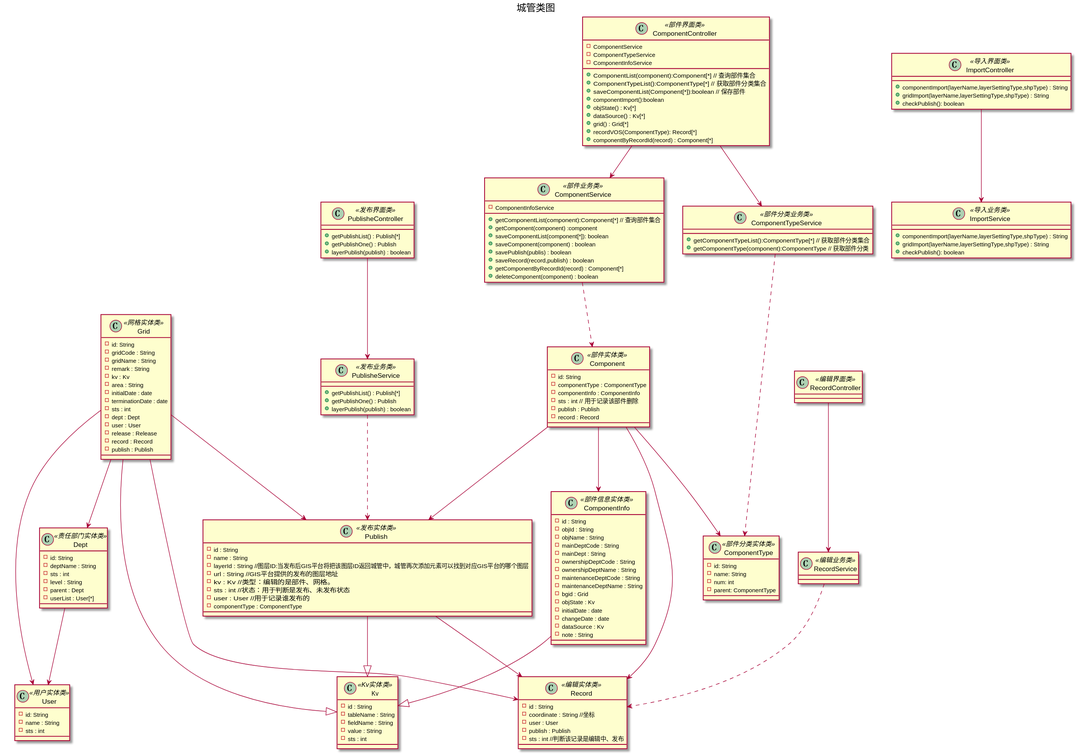
This is doc/ClassUml/城管类图/城管类图.svg from missaouib/urban-management-platform, a PlantUML export, as it was before one commit.
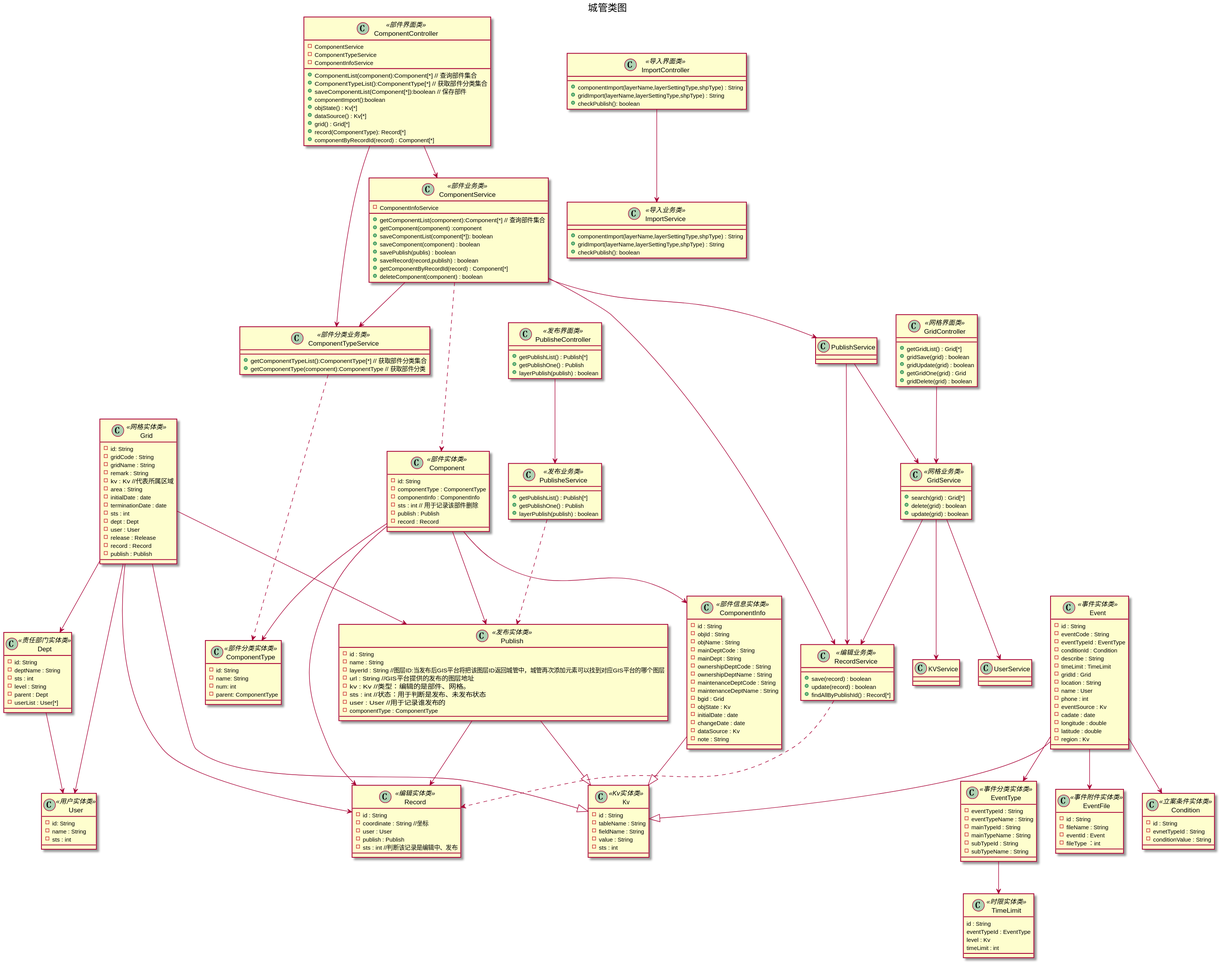
Above is the later version.

Commit message:
类图增加 事件相关实体类

Change to the diagram source:
```diff
@@ -20,7 +20,7 @@
     -gridCode : String
     -gridName : String
     -remark : String
-    -kv : Kv
+    -kv : Kv    //代表所属区域
     -area : String
     -initialDate : date
     -terminationDate : date
@@ -92,6 +92,54 @@
     -sts : int
 }
 
+class Event<<事件实体类>>{
+    -id : String
+    -eventCode : String
+    -eventTypeId : EventType
+    -conditionId : Condition
+    -describe : String
+    -timeLimit : TimeLimit
+    -gridId : Grid
+    -location : String
+    -name : User
+    -phone : int
+    -eventSource : Kv
+    -cadate : date
+    -longitude : double
+    -latitude : double
+    -region : Kv
+
+
+}
+
+class EventType<<事件分类实体类>>{
+    -eventTypeId : String
+    -eventTypeName : String
+    -mainTypeId : String
+    -mainTypeName : String
+    -subTypeId : String
+    -subTypeName : String
+}
+
+class EventFile<<事件附件实体类>>{
+    -id : String
+    -fileName : String
+    -eventId : Event
+    -fileType ：int
+}
+class Condition<<立案条件实体类>>{
+    -id : String
+    -evnetTypeId : String
+    -conditionValue : String
+}
+
+class TimeLimit<<时限实体类>>{
+    id : String
+    eventTypeId : EventType
+    level : Kv
+    timeLimit : int
+}
+
 
 
 class ComponentController<<部件界面类>>{
@@ -105,7 +153,7 @@
     +objState() : Kv[*]
     +dataSource() : Kv[*]
     +grid() : Grid[*]
-    +recordVOS(ComponentType): Record[*]
+    +record(ComponentType): Record[*]
     +componentByRecordId(record) : Component[*]
 }
 
@@ -136,11 +184,10 @@
     +layerPublish(publish) : boolean
 }
 
-class RecordController<<编辑界面类>>{
-
-}
 class RecordService<<编辑业务类>>{
-
+    +save(record) : boolean
+    +update(record) : boolean
+    +findAllByPublishId() : Record[*]
 }
 class ImportController<<导入界面类>>{
     +componentImport(layerName,layerSettingType,shpType) : String
@@ -151,6 +198,21 @@
     +componentImport(layerName,layerSettingType,shpType) : String
     +gridImport(layerName,layerSettingType,shpType) : String
     +checkPublish(): boolean
+}
+
+class GridController<<网格界面类>>{
+    +getGridList() :  Grid[*]
+    +gridSave(grid) : boolean
+    +gridUpdate(grid) : boolean
+    +getGridOne(grid) : Grid
+    +gridDelete(grid) : boolean
+}
+
+class GridService<<网格业务类>>{
+    +search(grid) : Grid[*]
+    +delete(grid) : boolean
+    +update(grid) : boolean
+
 }
 
 
@@ -171,13 +233,30 @@
 ComponentInfo --|> Kv
 Publish --> Record
 Publish --|> Kv
+Event --> EventFile
+Event --> EventType
+Event --> Condition
+Event --|> Kv
+EventType --> TimeLimit
+
 
 
 ComponentController --> ComponentService
 ComponentController --> ComponentTypeService
 PublisheController --> PublisheService
-RecordController --> RecordService
 ImportController --> ImportService
+GridController --> GridService
+
+
+GridService --> RecordService
+GridService --> KVService
+GridService --> UserService
+PublishService --> RecordService
+PublishService --> GridService
+ComponentService --> PublishService
+ComponentService --> RecordService
+ComponentService --> ComponentTypeService
+
 
 
 ComponentService ..> Component
```
